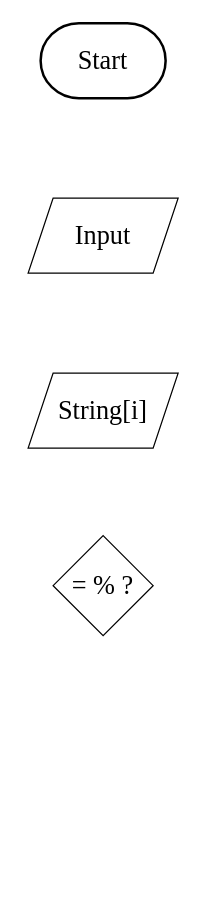
Earlier version of the draw.io diagram Diagramme sans nom.drawio (Julieed-971/holbertonschool-printf). Source tidied: cells renumbered, new cells numbered last; positions are measured from the earlier drawing's top-left corner, leaving out a move shared by most shapes. Both pictures are drawn from the tidied source at 125%, with x=0, y=0 at pixel (28, 22).
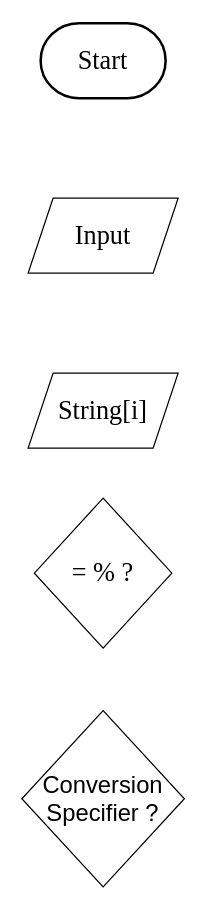
The same page after the edit.

The edit, as a diff of the source:
```diff
@@
 <mxGraphModel>
   <root>
     <mxCell id="0" />
     <mxCell id="1" parent="0" />
     <mxCell id="2" value="&lt;font style=&quot;font-size: 21px;&quot;&gt;Start&lt;/font&gt;" style="strokeWidth=2;html=1;shape=mxgraph.flowchart.terminator;whiteSpace=wrap;fontFamily=Garamond;" parent="1" vertex="1">
       <mxGeometry x="10" width="100" height="60" as="geometry" />
     </mxCell>
     <mxCell id="3" value="&lt;font style=&quot;font-size: 21px;&quot; face=&quot;Garamond&quot;&gt;Input&lt;/font&gt;" style="shape=parallelogram;perimeter=parallelogramPerimeter;whiteSpace=wrap;html=1;fixedSize=1;" parent="1" vertex="1">
       <mxGeometry y="140" width="120" height="60" as="geometry" />
     </mxCell>
     <mxCell id="4" value="&lt;font style=&quot;font-size: 21px;&quot;&gt;String[i]&lt;/font&gt;" style="shape=parallelogram;perimeter=parallelogramPerimeter;whiteSpace=wrap;html=1;fixedSize=1;fontFamily=Garamond;fontSize=16;" parent="1" vertex="1">
       <mxGeometry y="280" width="120" height="60" as="geometry" />
     </mxCell>
-    <mxCell id="5" value="&lt;font style=&quot;font-size: 21px;&quot;&gt;= % ?&lt;font style=&quot;font-size: 21px;&quot;&gt;&lt;br&gt;&lt;/font&gt;&lt;/font&gt;" style="rhombus;whiteSpace=wrap;html=1;fontFamily=Garamond;" parent="1" vertex="1">
-      <mxGeometry x="20" y="410" width="80" height="80" as="geometry" />
+    <mxCell id="5" value="&lt;font style=&quot;font-size: 21px;&quot;&gt;= % ?&lt;font style=&quot;font-size: 21px;&quot;&gt;&lt;br&gt;&lt;/font&gt;&lt;/font&gt;" style="rhombus;whiteSpace=wrap;html=1;fontFamily=Garamond;direction=south;" parent="1" vertex="1">
+      <mxGeometry x="5" y="380" width="110" height="120" as="geometry" />
     </mxCell>
+    <mxCell id="6" value="&lt;font style=&quot;font-size: 19px;&quot;&gt;Conversion&lt;br&gt;Specifier ?&lt;br&gt;&lt;/font&gt;" style="rhombus;whiteSpace=wrap;html=1;" parent="1" vertex="1">
+      <mxGeometry x="-5" y="550" width="130" height="141" as="geometry" />
+    </mxCell>
   </root>
 </mxGraphModel>
```
